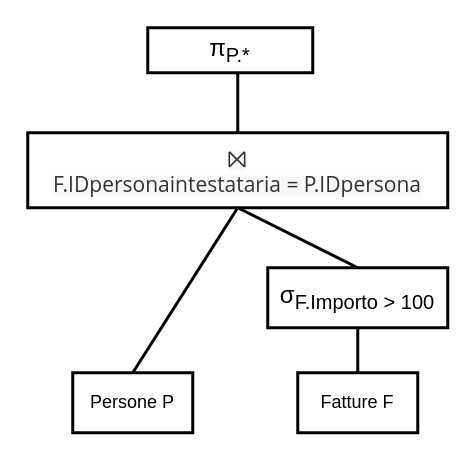
Earlier version of the draw.io diagram Piani di accesso/Albero logico 1.drawio (alessandro-antonelli/Studio-professionale-fatture). Source tidied: cells renumbered, new cells numbered last; positions are measured from the earlier drawing's top-left corner, leaving out a move shared by most shapes. Both pictures are drawn from the tidied source at 150%, with x=0, y=0 at pixel (27, 27).
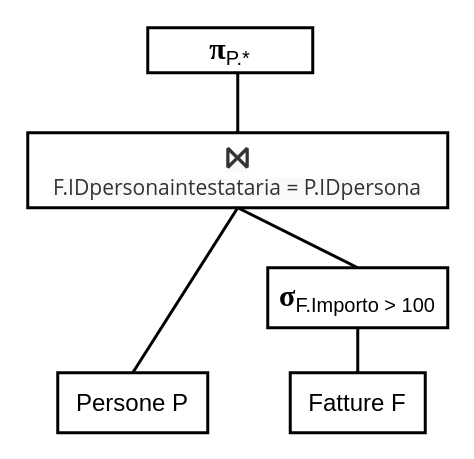
The same page after the edit.

Diff of the diagram source:
```diff
@@
 <mxGraphModel>
   <root>
     <mxCell id="0" />
     <mxCell id="1" parent="0" />
-    <mxCell id="2" value="&lt;font style=&quot;font-size: 16px&quot;&gt;π&lt;sub&gt;P.*&lt;/sub&gt;&lt;/font&gt;" style="text;html=1;fillColor=none;align=center;verticalAlign=middle;whiteSpace=wrap;rounded=0;strokeColor=#000000;strokeWidth=2;" parent="1" vertex="1">
+    <mxCell id="2" value="&lt;font&gt;&lt;font face=&quot;Times New Roman&quot; style=&quot;font-size: 20px&quot;&gt;&lt;b&gt;π&lt;/b&gt;&lt;/font&gt;&lt;span style=&quot;font-size: 16px&quot;&gt;&lt;sub&gt;P.*&lt;/sub&gt;&lt;/span&gt;&lt;/font&gt;" style="text;html=1;fillColor=none;align=center;verticalAlign=middle;whiteSpace=wrap;rounded=0;strokeColor=#000000;strokeWidth=2;" parent="1" vertex="1">
       <mxGeometry x="80" width="110" height="30" as="geometry" />
     </mxCell>
     <mxCell id="3" style="endArrow=none;html=1;strokeWidth=2;exitX=0.5;exitY=0;exitDx=0;exitDy=0;" parent="1" edge="1" source="6">
       <mxGeometry relative="1" as="geometry">
         <mxPoint x="140" y="30" as="targetPoint" />
       </mxGeometry>
     </mxCell>
-    <mxCell id="4" value="Persone P" style="text;html=1;fillColor=none;align=center;verticalAlign=middle;whiteSpace=wrap;rounded=0;strokeColor=#000000;strokeWidth=2;" parent="1" vertex="1">
-      <mxGeometry x="30" y="230" width="80" height="40" as="geometry" />
+    <mxCell id="4" value="&lt;font style=&quot;font-size: 16px&quot;&gt;Persone P&lt;/font&gt;" style="text;html=1;fillColor=none;align=center;verticalAlign=middle;whiteSpace=wrap;rounded=0;strokeColor=#000000;strokeWidth=2;" parent="1" vertex="1">
+      <mxGeometry x="20" y="230" width="100" height="40" as="geometry" />
     </mxCell>
-    <mxCell id="5" value="Fatture F" style="text;html=1;fillColor=none;align=center;verticalAlign=middle;whiteSpace=wrap;rounded=0;strokeColor=#000000;strokeWidth=2;" parent="1" vertex="1">
-      <mxGeometry x="180" y="230" width="80" height="40" as="geometry" />
+    <mxCell id="5" value="&lt;font style=&quot;font-size: 16px&quot;&gt;Fatture F&lt;/font&gt;" style="text;html=1;fillColor=none;align=center;verticalAlign=middle;whiteSpace=wrap;rounded=0;strokeColor=#000000;strokeWidth=2;" parent="1" vertex="1">
+      <mxGeometry x="175" y="230" width="90" height="40" as="geometry" />
     </mxCell>
-    <mxCell id="6" value="&lt;span style=&quot;text-align: left ; background-color: rgb(249 , 249 , 249)&quot;&gt;&lt;font color=&quot;#333333&quot; face=&quot;Open Sans, Helvetica Neue, Helvetica, Arial, sans-serif&quot; style=&quot;font-size: 16px&quot;&gt;⨝&lt;/font&gt;&lt;br&gt;&lt;font color=&quot;#333333&quot; face=&quot;Open Sans, Helvetica Neue, Helvetica, Arial, sans-serif&quot;&gt;&lt;span style=&quot;font-size: 14px&quot;&gt;F.IDpersonaintestataria = P.IDpersona&lt;/span&gt;&lt;/font&gt;&lt;br&gt;&lt;/span&gt;" style="text;html=1;fillColor=none;align=center;verticalAlign=middle;whiteSpace=wrap;rounded=0;strokeColor=#000000;strokeWidth=2;" parent="1" vertex="1">
+    <mxCell id="6" value="&lt;span style=&quot;text-align: left ; background-color: rgb(249 , 249 , 249)&quot;&gt;&lt;font color=&quot;#333333&quot; face=&quot;Times New Roman&quot; size=&quot;1&quot;&gt;&lt;b style=&quot;font-size: 20px&quot;&gt;⨝&lt;/b&gt;&lt;/font&gt;&lt;br&gt;&lt;font color=&quot;#333333&quot; face=&quot;Open Sans, Helvetica Neue, Helvetica, Arial, sans-serif&quot;&gt;&lt;span style=&quot;font-size: 14px&quot;&gt;F.IDpersonaintestataria = P.IDpersona&lt;/span&gt;&lt;/font&gt;&lt;br&gt;&lt;/span&gt;" style="text;html=1;fillColor=none;align=center;verticalAlign=middle;whiteSpace=wrap;rounded=0;strokeColor=#000000;strokeWidth=2;" parent="1" vertex="1">
       <mxGeometry y="70" width="280" height="50" as="geometry" />
     </mxCell>
-    <mxCell id="7" value="&lt;font style=&quot;font-size: 16px&quot;&gt;σ&lt;sub&gt;F.Importo &amp;gt; 100&lt;/sub&gt;&lt;/font&gt;" style="text;html=1;fillColor=none;align=center;verticalAlign=middle;whiteSpace=wrap;rounded=0;strokeColor=#000000;strokeWidth=2;" parent="1" vertex="1">
+    <mxCell id="7" value="&lt;font&gt;&lt;b&gt;&lt;font style=&quot;font-size: 20px&quot; face=&quot;Times New Roman&quot;&gt;σ&lt;/font&gt;&lt;/b&gt;&lt;span style=&quot;font-size: 16px&quot;&gt;&lt;sub&gt;F.Importo &amp;gt; 100&lt;/sub&gt;&lt;/span&gt;&lt;/font&gt;" style="text;html=1;fillColor=none;align=center;verticalAlign=middle;whiteSpace=wrap;rounded=0;strokeColor=#000000;strokeWidth=2;" parent="1" vertex="1">
       <mxGeometry x="160" y="160" width="120" height="40" as="geometry" />
     </mxCell>
     <mxCell id="8" style="endArrow=none;html=1;strokeWidth=2;exitX=0.5;exitY=0;exitDx=0;exitDy=0;" parent="1" edge="1" source="4">
       <mxGeometry relative="1" as="geometry">
         <mxPoint x="140" y="120" as="targetPoint" />
       </mxGeometry>
     </mxCell>
     <mxCell id="9" style="endArrow=none;html=1;strokeWidth=2;exitX=0.5;exitY=0;exitDx=0;exitDy=0;" parent="1" edge="1" source="5" target="7">
       <mxGeometry relative="1" as="geometry" />
     </mxCell>
     <mxCell id="10" style="endArrow=none;html=1;strokeWidth=2;exitX=0.5;exitY=0;exitDx=0;exitDy=0;entryX=0.5;entryY=1;entryDx=0;entryDy=0;" parent="1" edge="1" source="7" target="6">
       <mxGeometry relative="1" as="geometry" />
     </mxCell>
   </root>
 </mxGraphModel>
```
